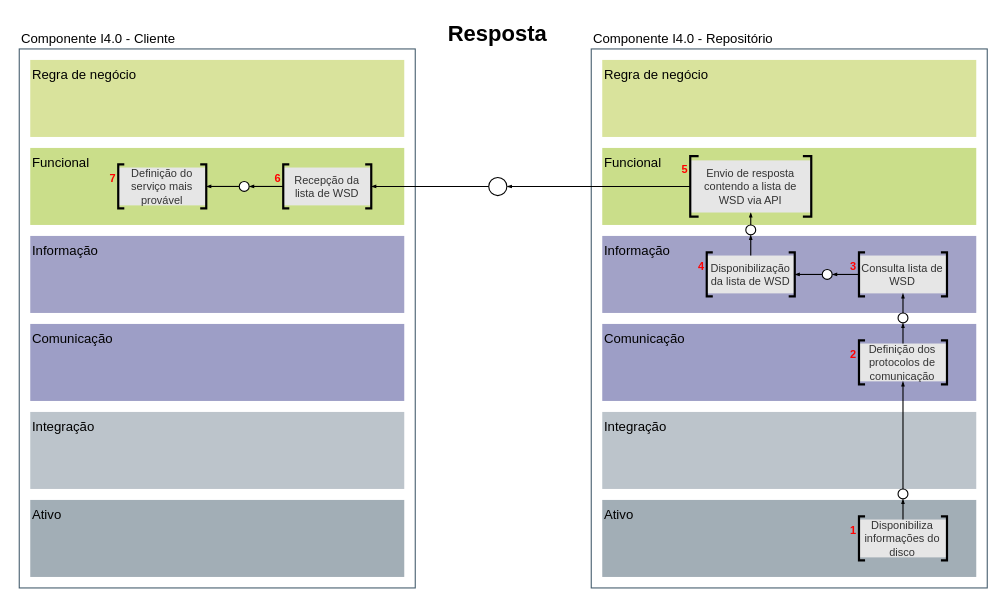
hvitoi/i4.0-PLM keeps this draw.io diagram as page "rami-busca-resposta" (10 of 13) of imagens/diagramas/aas.drawio. Above is the earlier version. Source tidied: cells renumbered, new cells numbered last; positions are measured from the earlier drawing's top-left corner, leaving out a move shared by most shapes. Both pictures are drawn from the tidied source at 110%, with x=0, y=0 at pixel (19, 21).
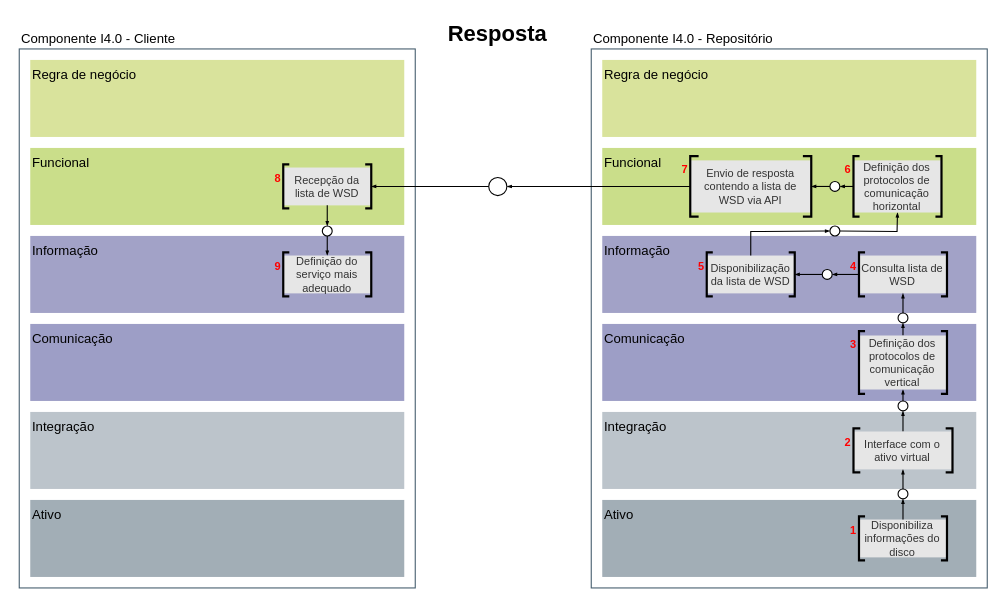
Above is the later version.

The change refers to these unchanged cells:
```xml
<mxCell id="4" style="group;" parent="3" vertex="1">
  <mxGeometry width="350" height="480" as="geometry" />
</mxCell>
<mxCell id="24" style="ellipse;whiteSpace=wrap;html=1;labelBackgroundColor=none;strokeColor=#000000;strokeWidth=1;fillColor=#ffffff;fontSize=10;fontColor=#000000;" parent="4" vertex="1">
  <mxGeometry x="268.9" y="390" width="9" height="9" as="geometry" />
</mxCell>
<mxCell id="33" value="Disponibilização da lista de WSD" style="rounded=0;whiteSpace=wrap;labelBackgroundColor=none;fontSize=10;fontColor=#333333;strokeColor=none;fontStyle=0;fillColor=#E6E6E6;" parent="32" vertex="1">
  <mxGeometry y="2.8" width="80" height="34.4" as="geometry" />
</mxCell>
<mxCell id="41" value="Envio de resposta contendo a lista de WSD via API" style="rounded=0;whiteSpace=wrap;labelBackgroundColor=none;fontSize=10;fontColor=#333333;strokeColor=none;fontStyle=0;fillColor=#E6E6E6;" parent="40" vertex="1">
  <mxGeometry y="3.8" width="110" height="47.4" as="geometry" />
</mxCell>
<mxCell id="43" style="strokeWidth=2;html=1;shape=mxgraph.flowchart.annotation_1;align=left;rotation=-180;" parent="40" vertex="1">
  <mxGeometry x="102.4" width="7.6" height="55" as="geometry" />
</mxCell>
<mxCell id="45" style="group;" parent="44" vertex="1">
  <mxGeometry width="350" height="480" as="geometry" />
</mxCell>
<mxCell id="54" value="Recepção da lista de WSD" style="rounded=0;whiteSpace=wrap;labelBackgroundColor=none;fontSize=10;fontColor=#333333;strokeColor=none;fontStyle=0;fillColor=#E6E6E6;" parent="53" vertex="1">
  <mxGeometry y="2.8" width="80" height="34.4" as="geometry" />
</mxCell>
<mxCell id="55" style="strokeWidth=2;html=1;shape=mxgraph.flowchart.annotation_1;align=left;" parent="53" vertex="1">
  <mxGeometry width="5.5" height="40" as="geometry" />
</mxCell>
<mxCell id="60" style="strokeWidth=2;html=1;shape=mxgraph.flowchart.annotation_1;align=left;rotation=-180;" parent="57" vertex="1">
  <mxGeometry x="74.5" width="5.5" height="40" as="geometry" />
</mxCell>
```

Change to the diagram source:
```diff
@@
-    <mxCell id="16" value="2" style="group;fontColor=#FF0000;fontStyle=1;fontSize=10;labelPosition=left;verticalLabelPosition=middle;align=right;verticalAlign=top;" parent="4" vertex="1">
-      <mxGeometry x="233.4" y="255" width="80" height="40" as="geometry" />
-    </mxCell>
-    <mxCell id="17" value="Definição dos protocolos de comunicação" style="rounded=0;whiteSpace=wrap;labelBackgroundColor=none;fontSize=10;fontColor=#333333;strokeColor=none;fontStyle=0;fillColor=#E6E6E6;" parent="16" vertex="1">
-      <mxGeometry y="2.8" width="80" height="34.4" as="geometry" />
-    </mxCell>
-    <mxCell id="18" style="strokeWidth=2;html=1;shape=mxgraph.flowchart.annotation_1;align=left;" parent="16" vertex="1">
-      <mxGeometry width="5.5" height="40" as="geometry" />
-    </mxCell>
-    <mxCell id="19" style="strokeWidth=2;html=1;shape=mxgraph.flowchart.annotation_1;align=left;rotation=-180;" parent="16" vertex="1">
-      <mxGeometry x="74.5" width="5.5" height="40" as="geometry" />
-    </mxCell>
-    <mxCell id="20" value="3" style="group;fontStyle=1;labelPosition=left;verticalLabelPosition=middle;align=right;verticalAlign=top;fontSize=10;fontColor=#FF0000;" parent="4" vertex="1">
+    <mxCell id="20" value="4" style="group;fontStyle=1;labelPosition=left;verticalLabelPosition=middle;align=right;verticalAlign=top;fontSize=10;fontColor=#FF0000;" parent="4" vertex="1">
       <mxGeometry x="233.4" y="175" width="80" height="40" as="geometry" />
     </mxCell>
@@
-    <mxCell id="26" style="endArrow=blockThin;html=1;fontSize=10;fontColor=#000000;strokeWidth=1;endFill=1;endSize=2;startSize=5;jumpSize=6;exitX=0.5;exitY=0;exitDx=0;exitDy=0;entryX=0.5;entryY=1;entryDx=0;entryDy=0;" parent="4" edge="1" source="24" target="17">
+    <mxCell id="26" style="endArrow=blockThin;html=1;fontSize=10;fontColor=#000000;strokeWidth=1;endFill=1;endSize=2;startSize=5;jumpSize=6;exitX=0.5;exitY=0;exitDx=0;exitDy=0;entryX=0.5;entryY=1;entryDx=0;entryDy=0;" parent="4" edge="1" source="24" target="72">
       <mxGeometry relative="1" as="geometry" />
     </mxCell>
@@
-    <mxCell id="32" value="4" style="group;fontStyle=1;labelPosition=left;verticalLabelPosition=middle;align=right;verticalAlign=top;fontSize=10;fontColor=#FF0000;" parent="4" vertex="1">
+    <mxCell id="32" value="5" style="group;fontStyle=1;labelPosition=left;verticalLabelPosition=middle;align=right;verticalAlign=top;fontSize=10;fontColor=#FF0000;" parent="4" vertex="1">
       <mxGeometry x="95" y="175" width="80" height="40" as="geometry" />
     </mxCell>
@@
     <mxCell id="37" style="ellipse;whiteSpace=wrap;html=1;labelBackgroundColor=none;strokeColor=#000000;strokeWidth=1;fillColor=#ffffff;fontSize=10;fontColor=#000000;" parent="4" vertex="1">
-      <mxGeometry x="130.5" y="150" width="9" height="9" as="geometry" />
+      <mxGeometry x="207" y="151" width="9" height="9" as="geometry" />
     </mxCell>
-    <mxCell id="38" style="endArrow=blockThin;html=1;fontSize=10;fontColor=#000000;strokeWidth=1;endFill=1;endSize=2;startSize=5;jumpSize=6;exitX=0.5;exitY=0;exitDx=0;exitDy=0;entryX=0.5;entryY=1;entryDx=0;entryDy=0;" parent="4" edge="1" source="33" target="37">
-      <mxGeometry relative="1" as="geometry" />
+    <mxCell id="38" style="endArrow=blockThin;html=1;fontSize=10;fontColor=#000000;strokeWidth=1;endFill=1;endSize=2;startSize=5;jumpSize=6;exitX=0.5;exitY=0;exitDx=0;exitDy=0;entryX=0;entryY=0.5;entryDx=0;entryDy=0;rounded=0;" parent="4" edge="1" source="33" target="37">
+      <mxGeometry relative="1" as="geometry">
+        <Array as="points">
+          <mxPoint x="135" y="156" />
+        </Array>
+      </mxGeometry>
     </mxCell>
-    <mxCell id="39" style="endArrow=blockThin;html=1;fontSize=10;fontColor=#000000;strokeWidth=1;endFill=1;endSize=2;startSize=5;jumpSize=6;exitX=0.5;exitY=0;exitDx=0;exitDy=0;entryX=0.5;entryY=1;entryDx=0;entryDy=0;" parent="4" edge="1" source="37" target="41">
-      <mxGeometry relative="1" as="geometry" />
+    <mxCell id="39" style="endArrow=blockThin;html=1;fontSize=10;fontColor=#000000;strokeWidth=1;endFill=1;endSize=2;startSize=5;jumpSize=6;exitX=1;exitY=0.5;exitDx=0;exitDy=0;entryX=0.5;entryY=1;entryDx=0;entryDy=0;rounded=0;" parent="4" edge="1" source="37" target="76">
+      <mxGeometry relative="1" as="geometry">
+        <Array as="points">
+          <mxPoint x="268" y="156" />
+        </Array>
+      </mxGeometry>
     </mxCell>
-    <mxCell id="40" value="5" style="group;fontStyle=1;labelPosition=left;verticalLabelPosition=middle;align=right;verticalAlign=top;fontSize=10;fontColor=#FF0000;" parent="4" vertex="1">
+    <mxCell id="40" value="7" style="group;fontStyle=1;labelPosition=left;verticalLabelPosition=middle;align=right;verticalAlign=top;fontSize=10;fontColor=#FF0000;" parent="4" vertex="1">
       <mxGeometry x="80" y="87.5" width="110" height="55" as="geometry" />
     </mxCell>
@@
+    <mxCell id="68" style="ellipse;whiteSpace=wrap;html=1;labelBackgroundColor=none;strokeColor=#000000;strokeWidth=1;fillColor=#ffffff;fontSize=10;fontColor=#000000;" parent="4" vertex="1">
+      <mxGeometry x="268.9" y="310" width="9" height="9" as="geometry" />
+    </mxCell>
+    <mxCell id="69" style="endArrow=blockThin;html=1;fontSize=10;fontColor=#000000;strokeWidth=1;endFill=1;endSize=2;startSize=5;jumpSize=6;exitX=0.5;exitY=0;exitDx=0;exitDy=0;entryX=0.5;entryY=1;entryDx=0;entryDy=0;" parent="4" edge="1" source="72" target="68">
+      <mxGeometry relative="1" as="geometry" />
+    </mxCell>
+    <mxCell id="70" style="endArrow=blockThin;html=1;fontSize=10;fontColor=#000000;strokeWidth=1;endFill=1;endSize=2;startSize=5;jumpSize=6;exitX=0.5;exitY=0;exitDx=0;exitDy=0;entryX=0.5;entryY=1;entryDx=0;entryDy=0;" parent="4" edge="1" source="68" target="17">
+      <mxGeometry relative="1" as="geometry" />
+    </mxCell>
+    <mxCell id="71" value="2" style="group;labelPosition=left;verticalLabelPosition=middle;align=right;verticalAlign=top;fontSize=10;fontStyle=1;fontColor=#FF0000;" parent="4" vertex="1">
+      <mxGeometry x="228.4" y="335" width="90" height="40" as="geometry" />
+    </mxCell>
+    <mxCell id="72" value="Interface com o ativo virtual" style="rounded=0;whiteSpace=wrap;labelBackgroundColor=none;fontSize=10;fontColor=#333333;strokeColor=none;fontStyle=0;fillColor=#E6E6E6;" parent="71" vertex="1">
+      <mxGeometry y="2.8" width="90" height="34.4" as="geometry" />
+    </mxCell>
+    <mxCell id="73" style="strokeWidth=2;html=1;shape=mxgraph.flowchart.annotation_1;align=left;" parent="71" vertex="1">
+      <mxGeometry width="6.2" height="40" as="geometry" />
+    </mxCell>
+    <mxCell id="74" style="strokeWidth=2;html=1;shape=mxgraph.flowchart.annotation_1;align=left;rotation=-180;" parent="71" vertex="1">
+      <mxGeometry x="83.8" width="6.2" height="40" as="geometry" />
+    </mxCell>
+    <mxCell id="16" value="3" style="group;fontColor=#FF0000;fontStyle=1;fontSize=10;labelPosition=left;verticalLabelPosition=middle;align=right;verticalAlign=top;" parent="4" vertex="1">
+      <mxGeometry x="233.4" y="246.5" width="80" height="57" as="geometry" />
+    </mxCell>
+    <mxCell id="17" value="Definição dos protocolos de comunicação&#10;vertical" style="rounded=0;whiteSpace=wrap;labelBackgroundColor=none;fontSize=10;fontColor=#333333;strokeColor=none;fontStyle=0;fillColor=#E6E6E6;" parent="16" vertex="1">
+      <mxGeometry y="4" width="80" height="49.1" as="geometry" />
+    </mxCell>
+    <mxCell id="18" style="strokeWidth=2;html=1;shape=mxgraph.flowchart.annotation_1;align=left;" parent="16" vertex="1">
+      <mxGeometry width="5.5" height="57" as="geometry" />
+    </mxCell>
+    <mxCell id="19" style="strokeWidth=2;html=1;shape=mxgraph.flowchart.annotation_1;align=left;rotation=-180;" parent="16" vertex="1">
+      <mxGeometry x="74.5" width="5.5" height="57" as="geometry" />
+    </mxCell>
+    <mxCell id="75" value="6" style="group;fontColor=#FF0000;fontStyle=1;fontSize=10;labelPosition=left;verticalLabelPosition=middle;align=right;verticalAlign=top;" parent="4" vertex="1">
+      <mxGeometry x="228.4" y="87.5" width="80" height="55" as="geometry" />
+    </mxCell>
+    <mxCell id="76" value="Definição dos protocolos de comunicação horizontal" style="rounded=0;whiteSpace=wrap;labelBackgroundColor=none;fontSize=10;fontColor=#333333;strokeColor=none;fontStyle=0;fillColor=#E6E6E6;" parent="75" vertex="1">
+      <mxGeometry y="3.8" width="80" height="47.4" as="geometry" />
+    </mxCell>
+    <mxCell id="77" style="strokeWidth=2;html=1;shape=mxgraph.flowchart.annotation_1;align=left;" parent="75" vertex="1">
+      <mxGeometry width="5.5" height="55" as="geometry" />
+    </mxCell>
+    <mxCell id="78" style="strokeWidth=2;html=1;shape=mxgraph.flowchart.annotation_1;align=left;rotation=-180;" parent="75" vertex="1">
+      <mxGeometry x="74.5" width="5.5" height="55" as="geometry" />
+    </mxCell>
+    <mxCell id="79" style="ellipse;whiteSpace=wrap;html=1;labelBackgroundColor=none;strokeColor=#000000;strokeWidth=1;fillColor=#ffffff;fontSize=10;fontColor=#000000;" parent="4" vertex="1">
+      <mxGeometry x="207" y="110.5" width="9" height="9" as="geometry" />
+    </mxCell>
+    <mxCell id="80" style="endArrow=blockThin;html=1;fontSize=10;fontColor=#000000;strokeWidth=1;endFill=1;endSize=2;startSize=5;jumpSize=6;entryX=1;entryY=0.5;entryDx=0;entryDy=0;exitX=0;exitY=0.5;exitDx=0;exitDy=0;exitPerimeter=0;" parent="4" edge="1" source="77" target="79">
+      <mxGeometry relative="1" as="geometry" />
+    </mxCell>
+    <mxCell id="81" style="endArrow=blockThin;html=1;fontSize=10;fontColor=#000000;strokeWidth=1;endFill=1;endSize=2;startSize=5;jumpSize=6;exitX=0;exitY=0.5;exitDx=0;exitDy=0;entryX=0;entryY=0.5;entryDx=0;entryDy=0;entryPerimeter=0;" parent="4" edge="1" source="79" target="43">
+      <mxGeometry relative="1" as="geometry" />
+    </mxCell>
@@
-    <mxCell id="53" value="6" style="group;fontStyle=1;labelPosition=left;verticalLabelPosition=middle;align=right;verticalAlign=top;fontSize=10;fontColor=#FF0000;" parent="45" vertex="1">
+    <mxCell id="53" value="8" style="group;fontStyle=1;labelPosition=left;verticalLabelPosition=middle;align=right;verticalAlign=top;fontSize=10;fontColor=#FF0000;" parent="45" vertex="1">
       <mxGeometry x="230" y="95" width="80" height="40" as="geometry" />
     </mxCell>
@@
+    <mxCell id="61" style="ellipse;whiteSpace=wrap;html=1;labelBackgroundColor=none;strokeColor=#000000;strokeWidth=1;fillColor=#ffffff;fontSize=10;fontColor=#000000;" parent="45" vertex="1">
+      <mxGeometry x="265.5" y="151" width="9" height="9" as="geometry" />
+    </mxCell>
+    <mxCell id="62" style="endArrow=blockThin;html=1;fontSize=10;fontColor=#000000;strokeWidth=1;endFill=1;endSize=2;startSize=5;jumpSize=6;entryX=0.5;entryY=0;entryDx=0;entryDy=0;exitX=0.5;exitY=1;exitDx=0;exitDy=0;" parent="45" edge="1" source="54" target="61">
+      <mxGeometry relative="1" as="geometry" />
+    </mxCell>
+    <mxCell id="63" style="endArrow=blockThin;html=1;fontSize=10;fontColor=#000000;strokeWidth=1;endFill=1;endSize=2;startSize=5;jumpSize=6;exitX=0.5;exitY=1;exitDx=0;exitDy=0;entryX=0.5;entryY=0;entryDx=0;entryDy=0;" parent="45" edge="1" source="61" target="58">
+      <mxGeometry relative="1" as="geometry" />
+    </mxCell>
-    <mxCell id="57" value="7" style="group;fontStyle=1;labelPosition=left;verticalLabelPosition=middle;align=right;verticalAlign=top;fontSize=10;fontColor=#FF0000;" parent="45" vertex="1">
-      <mxGeometry x="80" y="95" width="80" height="40" as="geometry" />
+    <mxCell id="57" value="9" style="group;fontStyle=1;labelPosition=left;verticalLabelPosition=middle;align=right;verticalAlign=top;fontSize=10;fontColor=#FF0000;" parent="45" vertex="1">
+      <mxGeometry x="230" y="175" width="80" height="40" as="geometry" />
     </mxCell>
-    <mxCell id="58" value="Definição do serviço mais provável" style="rounded=0;whiteSpace=wrap;labelBackgroundColor=none;fontSize=10;fontColor=#333333;strokeColor=none;fontStyle=0;fillColor=#E6E6E6;" parent="57" vertex="1">
+    <mxCell id="58" value="Definição do serviço mais adequado" style="rounded=0;whiteSpace=wrap;labelBackgroundColor=none;fontSize=10;fontColor=#333333;strokeColor=none;fontStyle=0;fillColor=#E6E6E6;" parent="57" vertex="1">
       <mxGeometry y="2.8" width="80" height="34.4" as="geometry" />
     </mxCell>
@@
-    <mxCell id="61" style="ellipse;whiteSpace=wrap;html=1;labelBackgroundColor=none;strokeColor=#000000;strokeWidth=1;fillColor=#ffffff;fontSize=10;fontColor=#000000;" parent="45" vertex="1">
-      <mxGeometry x="190" y="110.5" width="9" height="9" as="geometry" />
-    </mxCell>
-    <mxCell id="62" style="endArrow=blockThin;html=1;fontSize=10;fontColor=#000000;strokeWidth=1;endFill=1;endSize=2;startSize=5;jumpSize=6;entryX=1;entryY=0.5;entryDx=0;entryDy=0;exitX=0;exitY=0.5;exitDx=0;exitDy=0;exitPerimeter=0;" parent="45" edge="1" source="55" target="61">
-      <mxGeometry relative="1" as="geometry" />
-    </mxCell>
-    <mxCell id="63" style="endArrow=blockThin;html=1;fontSize=10;fontColor=#000000;strokeWidth=1;endFill=1;endSize=2;startSize=5;jumpSize=6;exitX=0;exitY=0.5;exitDx=0;exitDy=0;entryX=0;entryY=0.5;entryDx=0;entryDy=0;entryPerimeter=0;" parent="45" edge="1" source="61" target="60">
-      <mxGeometry relative="1" as="geometry" />
-    </mxCell>
```
